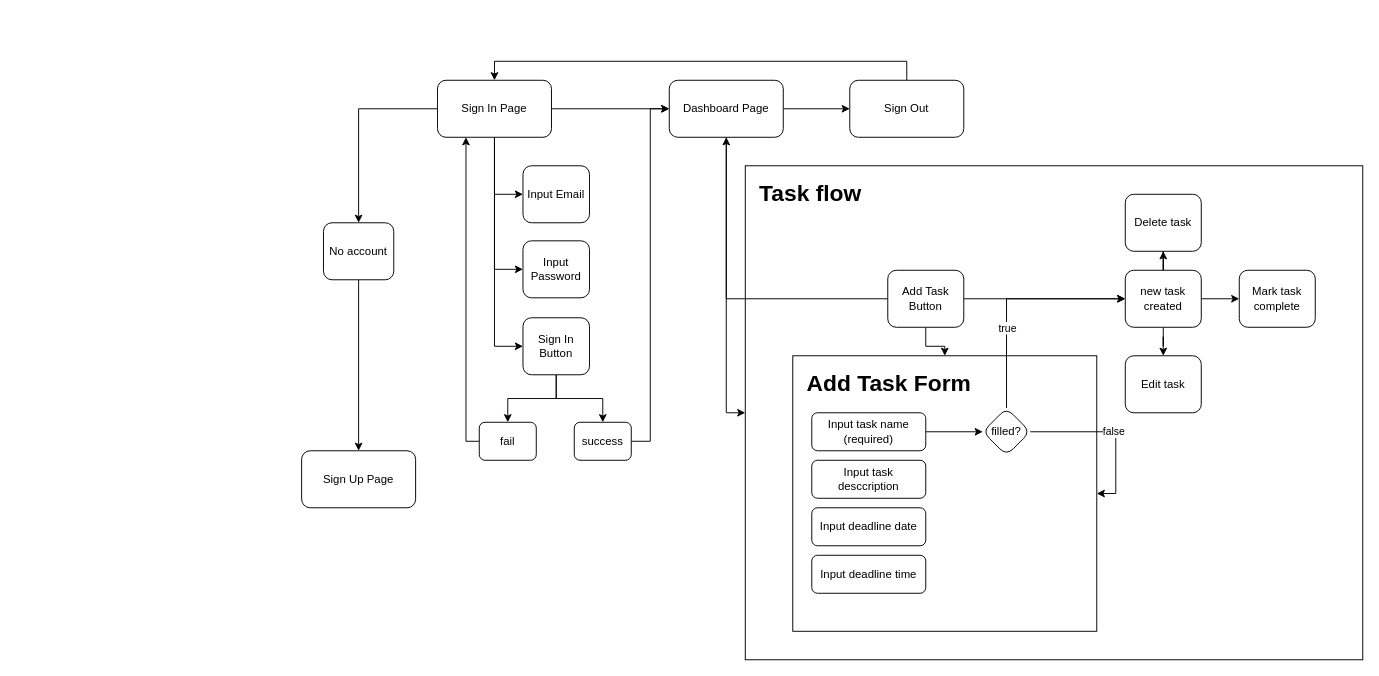
This is activity_diagram.drawio from reaperxyndrome/my-todo, a draw.io file, before an edit. Source tidied: cells renumbered, new cells numbered last; positions are measured from the earlier drawing's top-left corner, leaving out a move shared by most shapes. Both pictures are drawn from the tidied source at 95%, with x=0, y=0 at pixel (301, 61).
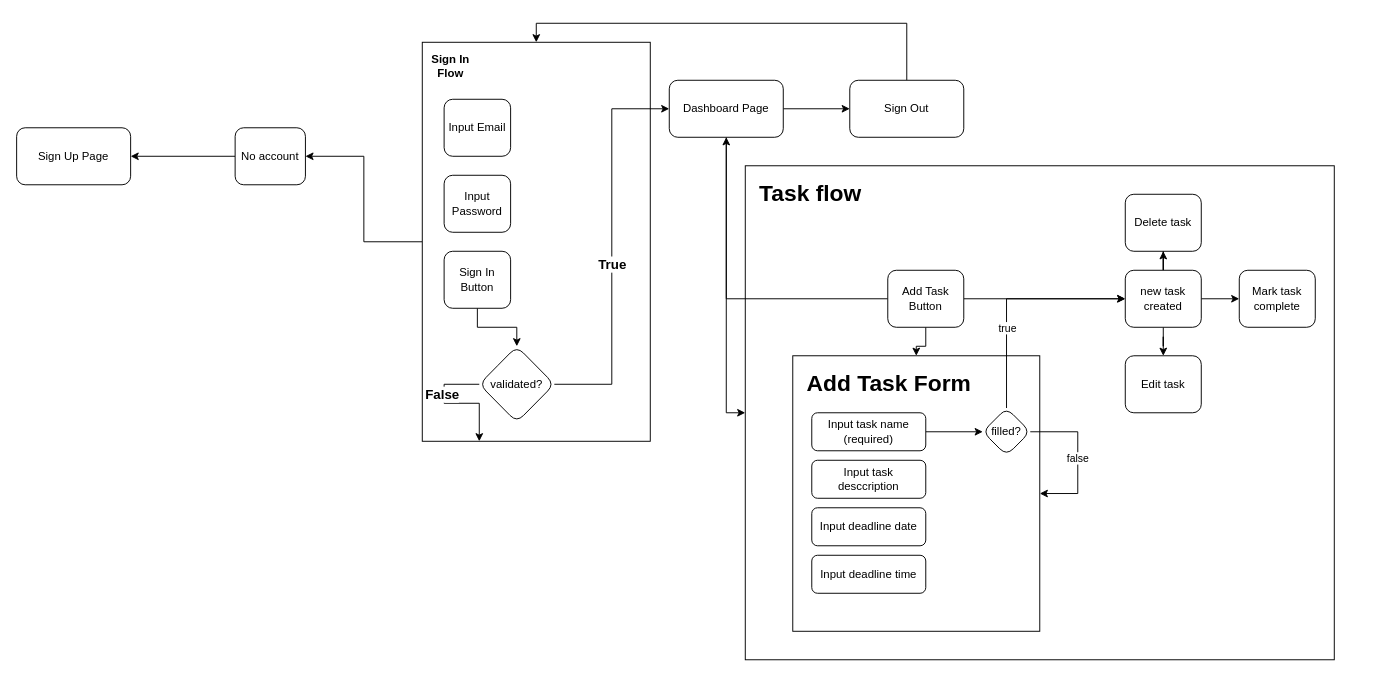
The same diagram, later.

The change refers to these unchanged cells:
```xml
<mxCell id="16" value="Dashboard Page" style="rounded=1;whiteSpace=wrap;html=1;" parent="1" vertex="1">
  <mxGeometry x="387" y="20" width="120" height="60" as="geometry" />
</mxCell>
<mxCell id="18" value="Sign Out" style="rounded=1;whiteSpace=wrap;html=1;" parent="1" vertex="1">
  <mxGeometry x="577" y="20" width="120" height="60" as="geometry" />
</mxCell>
<mxCell id="48" value="filled?" style="rhombus;whiteSpace=wrap;html=1;rounded=1;" parent="1" vertex="1">
  <mxGeometry x="717" y="365" width="50" height="50" as="geometry" />
</mxCell>
```

Change to the diagram source:
```diff
@@
+    <mxCell id="49" style="edgeStyle=orthogonalEdgeStyle;rounded=0;jettySize=auto;html=1;entryX=1;entryY=0.5;entryDx=0;entryDy=0;" parent="1" edge="1" source="50" target="30">
+      <mxGeometry relative="1" as="geometry" />
+    </mxCell>
+    <mxCell id="50" style="rounded=0;whiteSpace=wrap;html=1;" parent="1" vertex="1">
+      <mxGeometry x="127" y="-20" width="240" height="420" as="geometry" />
+    </mxCell>
     <mxCell id="2" style="rounded=0;whiteSpace=wrap;html=1;" parent="1" vertex="1">
-      <mxGeometry x="467" y="110" width="650" height="520" as="geometry" />
+      <mxGeometry x="467" y="110" width="620" height="520" as="geometry" />
     </mxCell>
-    <mxCell id="3" style="edgeStyle=orthogonalEdgeStyle;rounded=0;jettySize=auto;html=1;entryX=0;entryY=0.5;entryDx=0;entryDy=0;" parent="1" edge="1" source="8" target="16">
-      <mxGeometry relative="1" as="geometry" />
-    </mxCell>
-    <mxCell id="4" style="edgeStyle=orthogonalEdgeStyle;rounded=0;jettySize=auto;html=1;entryX=0;entryY=0.5;entryDx=0;entryDy=0;" parent="1" edge="1" source="8" target="24">
-      <mxGeometry relative="1" as="geometry" />
-    </mxCell>
-    <mxCell id="5" style="edgeStyle=orthogonalEdgeStyle;rounded=0;jettySize=auto;html=1;entryX=0;entryY=0.5;entryDx=0;entryDy=0;" parent="1" edge="1" source="8" target="25">
-      <mxGeometry relative="1" as="geometry" />
-    </mxCell>
-    <mxCell id="6" style="edgeStyle=orthogonalEdgeStyle;rounded=0;jettySize=auto;html=1;entryX=0;entryY=0.5;entryDx=0;entryDy=0;" parent="1" edge="1" source="8" target="28">
-      <mxGeometry relative="1" as="geometry" />
-    </mxCell>
-    <mxCell id="7" style="edgeStyle=orthogonalEdgeStyle;rounded=0;jettySize=auto;html=1;entryX=0.5;entryY=0;entryDx=0;entryDy=0;" parent="1" edge="1" source="8" target="30">
-      <mxGeometry relative="1" as="geometry" />
-    </mxCell>
-    <mxCell id="8" value="Sign In Page" style="rounded=1;whiteSpace=wrap;html=1;" parent="1" vertex="1">
-      <mxGeometry x="143" y="20" width="120" height="60" as="geometry" />
-    </mxCell>
     <mxCell id="9" value="Sign Up Page" style="rounded=1;whiteSpace=wrap;html=1;" parent="1" vertex="1">
-      <mxGeometry y="410" width="120" height="60" as="geometry" />
+      <mxGeometry x="-300" y="70" width="120" height="60" as="geometry" />
     </mxCell>
@@
-    <mxCell id="17" style="edgeStyle=orthogonalEdgeStyle;rounded=0;jettySize=auto;html=1;entryX=0.5;entryY=0;entryDx=0;entryDy=0;" parent="1" edge="1" source="18" target="8">
-      <mxGeometry relative="1" as="geometry">
-        <Array as="points">
-          <mxPoint x="637" />
-          <mxPoint x="203" />
-        </Array>
-      </mxGeometry>
-    </mxCell>
+    <mxCell id="51" style="edgeStyle=orthogonalEdgeStyle;rounded=0;jettySize=auto;html=1;entryX=0.5;entryY=0;entryDx=0;entryDy=0;" parent="1" edge="1" source="18" target="50">
+      <mxGeometry relative="1" as="geometry">
+        <Array as="points">
+          <mxPoint x="637" y="-40" />
+          <mxPoint x="247" y="-40" />
+        </Array>
+      </mxGeometry>
+    </mxCell>
@@
     <mxCell id="24" value="Input Email" style="rounded=1;whiteSpace=wrap;html=1;" parent="1" vertex="1">
-      <mxGeometry x="233" y="110" width="70" height="60" as="geometry" />
+      <mxGeometry x="150" y="40" width="70" height="60" as="geometry" />
     </mxCell>
     <mxCell id="25" value="Input Password" style="rounded=1;whiteSpace=wrap;html=1;" parent="1" vertex="1">
-      <mxGeometry x="233" y="189" width="70" height="60" as="geometry" />
+      <mxGeometry x="150" y="120" width="70" height="60" as="geometry" />
     </mxCell>
-    <mxCell id="26" style="edgeStyle=orthogonalEdgeStyle;rounded=0;jettySize=auto;html=1;" parent="1" edge="1" source="28" target="32">
-      <mxGeometry relative="1" as="geometry" />
-    </mxCell>
-    <mxCell id="27" style="edgeStyle=orthogonalEdgeStyle;rounded=0;jettySize=auto;html=1;entryX=0.5;entryY=0;entryDx=0;entryDy=0;" parent="1" edge="1" source="28" target="34">
-      <mxGeometry relative="1" as="geometry" />
-    </mxCell>
+    <mxCell id="52" style="edgeStyle=orthogonalEdgeStyle;rounded=0;jettySize=auto;html=1;" parent="1" edge="1" source="28" target="57">
+      <mxGeometry relative="1" as="geometry" />
+    </mxCell>
     <mxCell id="28" value="Sign In Button" style="rounded=1;whiteSpace=wrap;html=1;" parent="1" vertex="1">
-      <mxGeometry x="233" y="270" width="70" height="60" as="geometry" />
+      <mxGeometry x="150" y="200" width="70" height="60" as="geometry" />
     </mxCell>
-    <mxCell id="29" style="edgeStyle=orthogonalEdgeStyle;rounded=0;jettySize=auto;html=1;entryX=0.5;entryY=0;entryDx=0;entryDy=0;" parent="1" edge="1" source="30" target="9">
+    <mxCell id="29" style="edgeStyle=orthogonalEdgeStyle;rounded=0;jettySize=auto;html=1;entryX=1;entryY=0.5;entryDx=0;entryDy=0;" parent="1" edge="1" source="30" target="9">
       <mxGeometry relative="1" as="geometry" />
     </mxCell>
     <mxCell id="30" value="No account" style="rounded=1;whiteSpace=wrap;html=1;" parent="1" vertex="1">
-      <mxGeometry x="23" y="170" width="74" height="60" as="geometry" />
+      <mxGeometry x="-70" y="70" width="74" height="60" as="geometry" />
     </mxCell>
-    <mxCell id="31" style="edgeStyle=orthogonalEdgeStyle;rounded=0;jettySize=auto;html=1;entryX=0;entryY=0.5;entryDx=0;entryDy=0;" parent="1" edge="1" source="32" target="16">
-      <mxGeometry relative="1" as="geometry" />
-    </mxCell>
-    <mxCell id="32" value="success" style="rounded=1;whiteSpace=wrap;html=1;" parent="1" vertex="1">
-      <mxGeometry x="287" y="380" width="60" height="40" as="geometry" />
-    </mxCell>
-    <mxCell id="33" style="edgeStyle=orthogonalEdgeStyle;rounded=0;jettySize=auto;html=1;entryX=0.25;entryY=1;entryDx=0;entryDy=0;" parent="1" edge="1" source="34" target="8">
-      <mxGeometry relative="1" as="geometry">
-        <Array as="points">
-          <mxPoint x="173" y="400" />
-        </Array>
-      </mxGeometry>
-    </mxCell>
-    <mxCell id="34" value="fail" style="rounded=1;whiteSpace=wrap;html=1;" parent="1" vertex="1">
-      <mxGeometry x="187" y="380" width="60" height="40" as="geometry" />
-    </mxCell>
@@
     <mxCell id="38" style="rounded=0;whiteSpace=wrap;html=1;" parent="1" vertex="1">
-      <mxGeometry x="517" y="310" width="320" height="290" as="geometry" />
+      <mxGeometry x="517" y="310" width="260" height="290" as="geometry" />
     </mxCell>
@@
     <mxCell id="45" value="false" style="edgeStyle=orthogonalEdgeStyle;rounded=0;jettySize=auto;html=1;entryX=1;entryY=0.5;entryDx=0;entryDy=0;" parent="1" edge="1" source="48" target="38">
       <mxGeometry relative="1" as="geometry">
         <Array as="points">
-          <mxPoint x="857" y="390" />
-          <mxPoint x="857" y="455" />
+          <mxPoint x="817" y="390" />
+          <mxPoint x="817" y="455" />
         </Array>
       </mxGeometry>
     </mxCell>
@@
+    <mxCell id="53" style="edgeStyle=orthogonalEdgeStyle;rounded=0;jettySize=auto;html=1;entryX=0.25;entryY=1;entryDx=0;entryDy=0;exitX=0;exitY=0.5;exitDx=0;exitDy=0;" parent="1" edge="1" source="57" target="50">
+      <mxGeometry relative="1" as="geometry">
+        <Array as="points">
+          <mxPoint x="150" y="340" />
+          <mxPoint x="150" y="360" />
+          <mxPoint x="187" y="360" />
+        </Array>
+      </mxGeometry>
+    </mxCell>
+    <mxCell id="54" value="&lt;font style=&quot;font-size: 14px;&quot;&gt;&lt;b style=&quot;&quot;&gt;False&lt;/b&gt;&lt;/font&gt;" style="edgeLabel;html=1;align=center;verticalAlign=middle;" parent="53" vertex="1">
+      <mxGeometry x="-0.35" y="-3" relative="1" as="geometry">
+        <mxPoint y="3" as="offset" />
+      </mxGeometry>
+    </mxCell>
+    <mxCell id="55" style="edgeStyle=orthogonalEdgeStyle;rounded=0;jettySize=auto;html=1;entryX=0;entryY=0.5;entryDx=0;entryDy=0;" parent="1" edge="1" source="57" target="16">
+      <mxGeometry relative="1" as="geometry" />
+    </mxCell>
+    <mxCell id="56" value="&lt;b&gt;&lt;font style=&quot;font-size: 14px;&quot;&gt;True&lt;/font&gt;&lt;/b&gt;" style="edgeLabel;html=1;align=center;verticalAlign=middle;" parent="55" vertex="1">
+      <mxGeometry x="-0.09" relative="1" as="geometry" />
+    </mxCell>
+    <mxCell id="57" value="validated?" style="rhombus;whiteSpace=wrap;html=1;rounded=1;" parent="1" vertex="1">
+      <mxGeometry x="187" y="300" width="79" height="80" as="geometry" />
+    </mxCell>
+    <mxCell id="58" value="&lt;b&gt;Sign In Flow&lt;/b&gt;" style="text;html=1;strokeColor=none;fillColor=none;align=center;verticalAlign=middle;whiteSpace=wrap;rounded=0;" parent="1" vertex="1">
+      <mxGeometry x="127" y="-10" width="60" height="30" as="geometry" />
+    </mxCell>
```
